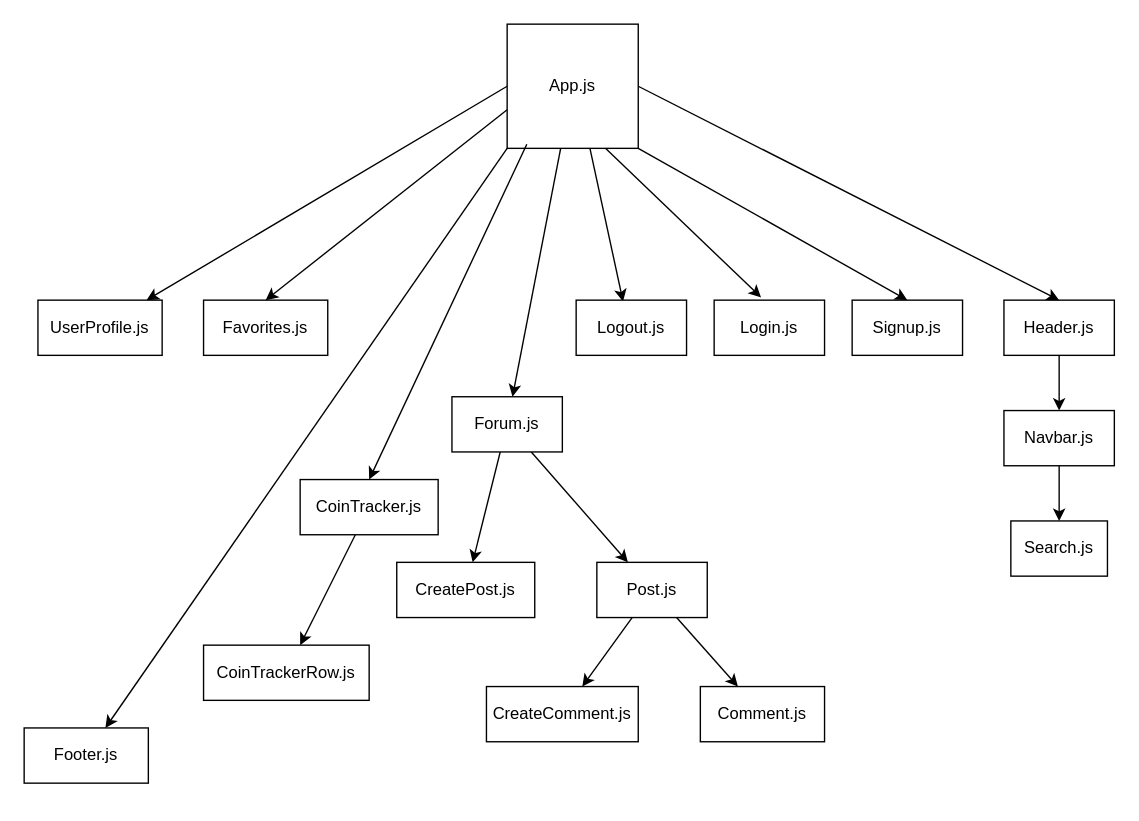
mikestarrdev/Crypto-Portal keeps this draw.io diagram as page "React components" (2 of 2) of association-diagram.drawio. Above is the earlier version. Source tidied: cells renumbered, new cells numbered last; positions are measured from the earlier drawing's top-left corner, leaving out a move shared by most shapes. Both pictures are drawn from the tidied source at 138%, with x=0, y=0 at pixel (23, 23).
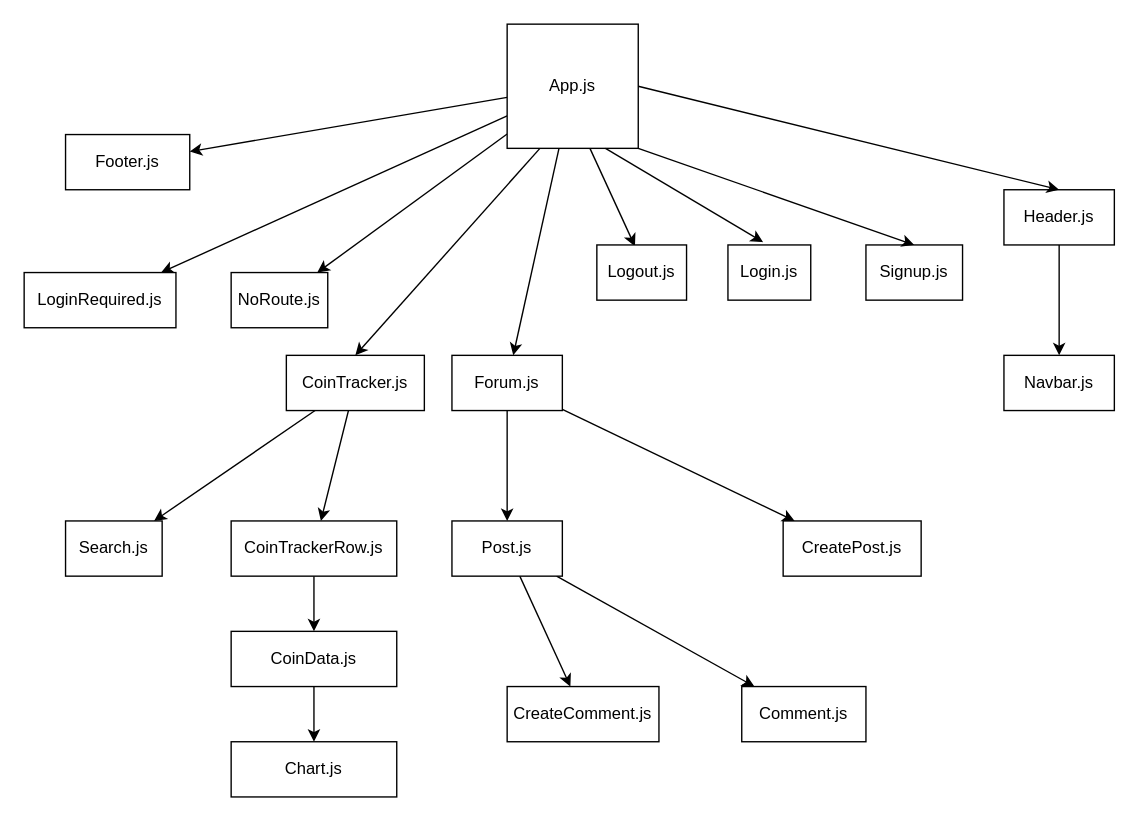
The same page after the edit.

The change refers to these unchanged cells:
```xml
<mxCell id="6" value="App.js" style="rounded=0;whiteSpace=wrap;html=1;" parent="1" vertex="1">
  <mxGeometry x="350" width="95" height="90" as="geometry" />
</mxCell>
```

What changed in the source:
```diff
@@
-    <mxCell id="2" style="edgeStyle=none;html=1;exitX=0.5;exitY=1;exitDx=0;exitDy=0;entryX=0.5;entryY=0;entryDx=0;entryDy=0;" parent="1" edge="1" source="32" target="17">
-      <mxGeometry relative="1" as="geometry" />
-    </mxCell>
@@
-    <mxCell id="4" style="edgeStyle=none;html=1;exitX=0;exitY=0.5;exitDx=0;exitDy=0;" parent="1" edge="1" source="6" target="29">
-      <mxGeometry relative="1" as="geometry" />
-    </mxCell>
-    <mxCell id="5" style="edgeStyle=none;html=1;exitX=0;exitY=1;exitDx=0;exitDy=0;" parent="1" edge="1" source="6" target="34">
+    <mxCell id="5" style="edgeStyle=none;html=1;" parent="1" edge="1" source="6" target="34">
       <mxGeometry relative="1" as="geometry" />
     </mxCell>
+    <mxCell id="35" style="edgeStyle=none;html=1;" parent="1" edge="1" source="6" target="42">
+      <mxGeometry relative="1" as="geometry" />
+    </mxCell>
+    <mxCell id="36" style="edgeStyle=none;html=1;" parent="1" edge="1" source="6" target="43">
+      <mxGeometry relative="1" as="geometry" />
+    </mxCell>
@@
     <mxCell id="8" value="Header.js" style="rounded=0;whiteSpace=wrap;html=1;" parent="1" vertex="1">
-      <mxGeometry x="710" y="200" width="80" height="40" as="geometry" />
+      <mxGeometry x="710" y="120" width="80" height="40" as="geometry" />
     </mxCell>
     <mxCell id="9" value="Signup.js" style="rounded=0;whiteSpace=wrap;html=1;" parent="1" vertex="1">
-      <mxGeometry x="600" y="200" width="80" height="40" as="geometry" />
+      <mxGeometry x="610" y="160" width="70" height="40" as="geometry" />
     </mxCell>
     <mxCell id="10" value="Login.js" style="rounded=0;whiteSpace=wrap;html=1;" parent="1" vertex="1">
-      <mxGeometry x="500" y="200" width="80" height="40" as="geometry" />
+      <mxGeometry x="510" y="160" width="60" height="40" as="geometry" />
     </mxCell>
@@
+    <mxCell id="37" style="edgeStyle=none;html=1;" parent="1" edge="1" source="15" target="17">
+      <mxGeometry relative="1" as="geometry" />
+    </mxCell>
     <mxCell id="15" value="CoinTracker.js" style="rounded=0;whiteSpace=wrap;html=1;" parent="1" vertex="1">
-      <mxGeometry x="200" y="330" width="100" height="40" as="geometry" />
+      <mxGeometry x="190" y="240" width="100" height="40" as="geometry" />
     </mxCell>
-    <mxCell id="16" style="endArrow=classic;html=1;exitX=0.15;exitY=0.967;exitDx=0;exitDy=0;entryX=0.5;entryY=0;entryDx=0;entryDy=0;exitPerimeter=0;" parent="1" edge="1" source="6" target="15">
+    <mxCell id="16" style="endArrow=classic;html=1;exitX=0.25;exitY=1;exitDx=0;exitDy=0;entryX=0.5;entryY=0;entryDx=0;entryDy=0;" parent="1" edge="1" source="6" target="15">
       <mxGeometry relative="1" as="geometry" />
     </mxCell>
-    <mxCell id="17" value="Search.js" style="rounded=0;whiteSpace=wrap;html=1;" parent="1" vertex="1">
-      <mxGeometry x="715" y="360" width="70" height="40" as="geometry" />
-    </mxCell>
@@
     <mxCell id="20" value="Forum.js" style="rounded=0;whiteSpace=wrap;html=1;" parent="1" vertex="1">
-      <mxGeometry x="310" y="270" width="80" height="40" as="geometry" />
+      <mxGeometry x="310" y="240" width="80" height="40" as="geometry" />
     </mxCell>
     <mxCell id="21" value="CreatePost.js" style="rounded=0;whiteSpace=wrap;html=1;" parent="1" vertex="1">
-      <mxGeometry x="270" y="390" width="100" height="40" as="geometry" />
+      <mxGeometry x="550" y="360" width="100" height="40" as="geometry" />
     </mxCell>
-    <mxCell id="22" value="Favorites.js" style="rounded=0;whiteSpace=wrap;html=1;" parent="1" vertex="1">
-      <mxGeometry x="130" y="200" width="90" height="40" as="geometry" />
-    </mxCell>
-    <mxCell id="23" style="endArrow=classic;html=1;entryX=0.5;entryY=0;entryDx=0;entryDy=0;exitX=0;exitY=0.689;exitDx=0;exitDy=0;exitPerimeter=0;" parent="1" edge="1" source="6" target="22">
-      <mxGeometry relative="1" as="geometry" />
-    </mxCell>
@@
     <mxCell id="26" value="Post.js" style="rounded=0;whiteSpace=wrap;html=1;" parent="1" vertex="1">
-      <mxGeometry x="415" y="390" width="80" height="40" as="geometry" />
+      <mxGeometry x="310" y="360" width="80" height="40" as="geometry" />
     </mxCell>
     <mxCell id="27" value="Comment.js" style="rounded=0;whiteSpace=wrap;html=1;" parent="1" vertex="1">
-      <mxGeometry x="490" y="480" width="90" height="40" as="geometry" />
+      <mxGeometry x="520" y="480" width="90" height="40" as="geometry" />
     </mxCell>
     <mxCell id="28" value="CreateComment.js" style="rounded=0;whiteSpace=wrap;html=1;" parent="1" vertex="1">
-      <mxGeometry x="335" y="480" width="110" height="40" as="geometry" />
+      <mxGeometry x="350" y="480" width="110" height="40" as="geometry" />
     </mxCell>
-    <mxCell id="29" value="UserProfile.js" style="rounded=0;whiteSpace=wrap;html=1;" parent="1" vertex="1">
-      <mxGeometry x="10" y="200" width="90" height="40" as="geometry" />
-    </mxCell>
+    <mxCell id="38" style="edgeStyle=none;html=1;" parent="1" edge="1" source="30" target="40">
+      <mxGeometry relative="1" as="geometry" />
+    </mxCell>
     <mxCell id="30" value="CoinTrackerRow.js" style="rounded=0;whiteSpace=wrap;html=1;" parent="1" vertex="1">
-      <mxGeometry x="130" y="450" width="120" height="40" as="geometry" />
+      <mxGeometry x="150" y="360" width="120" height="40" as="geometry" />
     </mxCell>
@@
     <mxCell id="32" value="Navbar.js" style="rounded=0;whiteSpace=wrap;html=1;" parent="1" vertex="1">
-      <mxGeometry x="710" y="280" width="80" height="40" as="geometry" />
+      <mxGeometry x="710" y="240" width="80" height="40" as="geometry" />
     </mxCell>
     <mxCell id="33" value="Logout.js" style="rounded=0;whiteSpace=wrap;html=1;" parent="1" vertex="1">
-      <mxGeometry x="400" y="200" width="80" height="40" as="geometry" />
+      <mxGeometry x="415" y="160" width="65" height="40" as="geometry" />
     </mxCell>
     <mxCell id="34" value="Footer.js" style="rounded=0;whiteSpace=wrap;html=1;" parent="1" vertex="1">
-      <mxGeometry y="510" width="90" height="40" as="geometry" />
+      <mxGeometry x="30" y="80" width="90" height="40" as="geometry" />
     </mxCell>
+    <mxCell id="39" style="edgeStyle=none;html=1;" parent="1" edge="1" source="40" target="41">
+      <mxGeometry relative="1" as="geometry" />
+    </mxCell>
+    <mxCell id="40" value="CoinData.js" style="rounded=0;whiteSpace=wrap;html=1;" parent="1" vertex="1">
+      <mxGeometry x="150" y="440" width="120" height="40" as="geometry" />
+    </mxCell>
+    <mxCell id="41" value="Chart.js" style="rounded=0;whiteSpace=wrap;html=1;" parent="1" vertex="1">
+      <mxGeometry x="150" y="520" width="120" height="40" as="geometry" />
+    </mxCell>
+    <mxCell id="17" value="Search.js" style="rounded=0;whiteSpace=wrap;html=1;" parent="1" vertex="1">
+      <mxGeometry x="30" y="360" width="70" height="40" as="geometry" />
+    </mxCell>
+    <mxCell id="42" value="LoginRequired.js" style="rounded=0;whiteSpace=wrap;html=1;" parent="1" vertex="1">
+      <mxGeometry y="180" width="110" height="40" as="geometry" />
+    </mxCell>
+    <mxCell id="43" value="NoRoute.js" style="rounded=0;whiteSpace=wrap;html=1;" parent="1" vertex="1">
+      <mxGeometry x="150" y="180" width="70" height="40" as="geometry" />
+    </mxCell>
```
